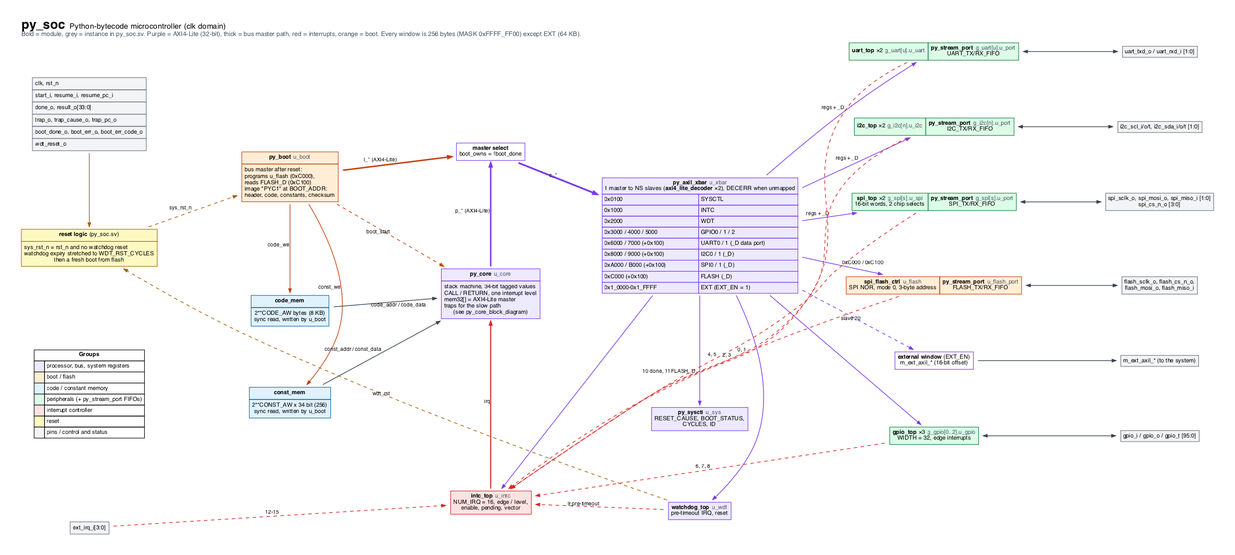
The Graphviz diagram ip/cpu/py_soc/docs/py_soc_block_diagram.png in pbarcelona-ai/digital_ip, before a commit. Its source is kept beside it as ip/cpu/py_soc/docs/py_soc_block_diagram.dot.
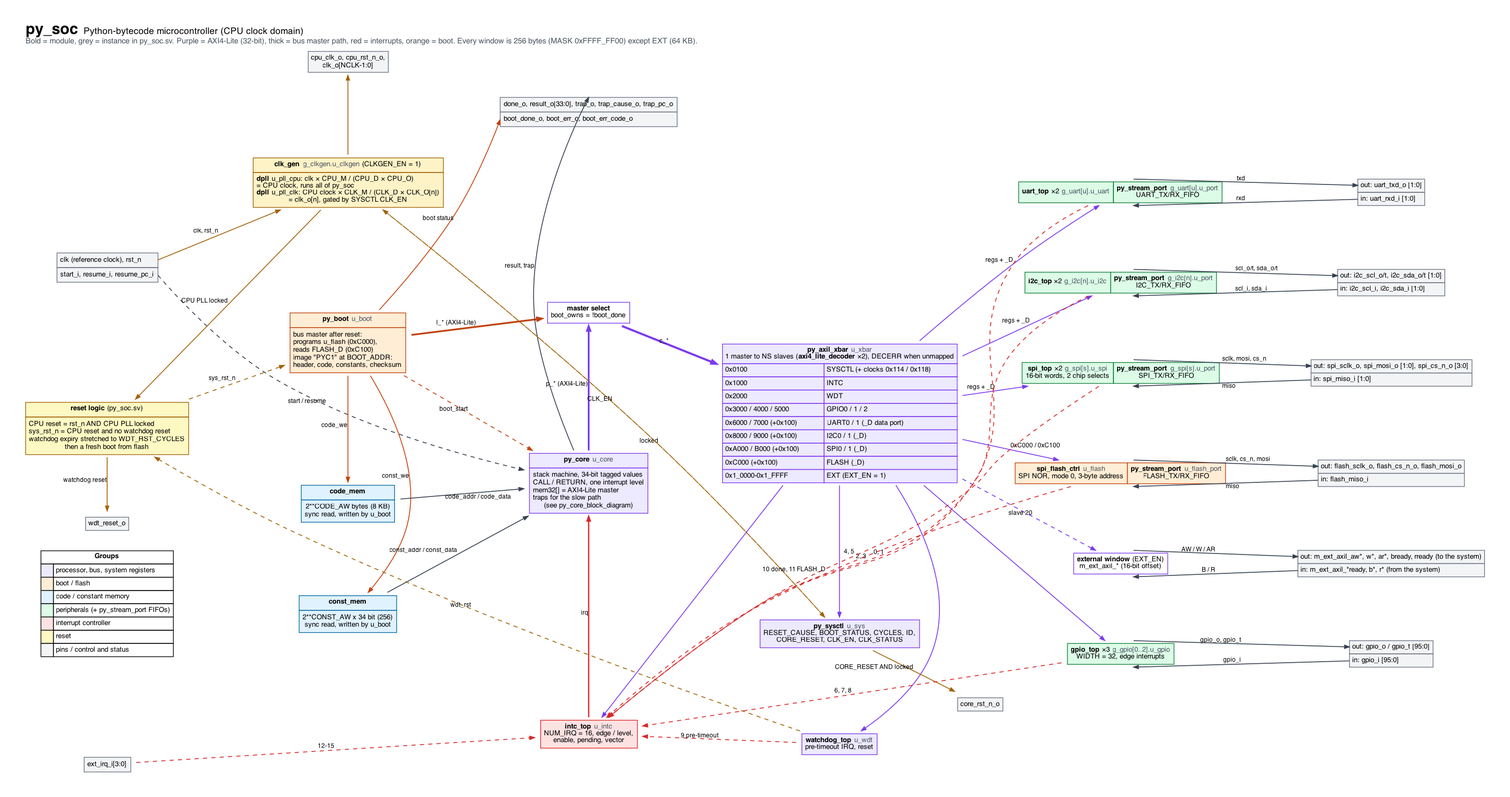
The same file after the commit.

Diff of the diagram source:
```diff
@@ -1,20 +1,25 @@
 digraph py_soc {
   layout=neato;
   graph [splines=true, overlap=false, sep="+14", esep="+8", bgcolor="white", pad=0.4, fontname="Helvetica", labelloc=t, labeljust=l,
-         label=<<FONT POINT-SIZE="22"><B>py_soc</B></FONT><FONT POINT-SIZE="13">  Python-bytecode microcontroller (clk domain)</FONT><BR ALIGN="LEFT"/><FONT POINT-SIZE="11" COLOR="#4b5563">Bold = module, grey = instance in py_soc.sv. Purple = AXI4-Lite (32-bit), thick = bus master path, red = interrupts, orange = boot. Every window is 256 bytes (MASK 0xFFFF_FF00) except EXT (64 KB).</FONT><BR ALIGN="LEFT"/>>];
+         label=<<FONT POINT-SIZE="22"><B>py_soc</B></FONT><FONT POINT-SIZE="13">  Python-bytecode microcontroller (CPU clock domain)</FONT><BR ALIGN="LEFT"/><FONT POINT-SIZE="11" COLOR="#4b5563">Bold = module, grey = instance in py_soc.sv. Purple = AXI4-Lite (32-bit), thick = bus master path, red = interrupts, orange = boot. Every window is 256 bytes (MASK 0xFFFF_FF00) except EXT (64 KB).</FONT><BR ALIGN="LEFT"/>>];
   node [shape=plaintext, fontname="Helvetica", fontsize=10];
   edge [color="#374151", arrowsize=0.7, penwidth=1.2, fontname="Helvetica", fontsize=9];
   ctl [label=<<TABLE BORDER="0" CELLBORDER="1" CELLSPACING="0" CELLPADDING="4" BGCOLOR="#f3f4f6" COLOR="#6b7280">
-      <TR><TD ALIGN="LEFT">clk, rst_n</TD></TR>
-      <TR><TD ALIGN="LEFT">start_i, resume_i, resume_pc_i</TD></TR>
-      <TR><TD ALIGN="LEFT">done_o, result_o[33:0]</TD></TR>
-      <TR><TD ALIGN="LEFT">trap_o, trap_cause_o, trap_pc_o</TD></TR>
-      <TR><TD ALIGN="LEFT">boot_done_o, boot_err_o, boot_err_code_o</TD></TR>
-      <TR><TD ALIGN="LEFT">wdt_reset_o</TD></TR></TABLE>>, pos="0,11.5!"];
+      <TR><TD PORT="clk" ALIGN="LEFT">clk (reference clock), rst_n</TD></TR>
+      <TR><TD PORT="run" ALIGN="LEFT">start_i, resume_i, resume_pc_i</TD></TR></TABLE>>, pos="0,11.5!"];
+  ctl_out [label=<<TABLE BORDER="0" CELLBORDER="1" CELLSPACING="0" CELLPADDING="4" BGCOLOR="#f3f4f6" COLOR="#6b7280">
+      <TR><TD PORT="core" ALIGN="LEFT">done_o, result_o[33:0], trap_o, trap_cause_o, trap_pc_o</TD></TR>
+      <TR><TD PORT="boot" ALIGN="LEFT">boot_done_o, boot_err_o, boot_err_code_o</TD></TR></TABLE>>, pos="9.6,14.6!"];
+  cgen [label=<<TABLE BORDER="0" CELLBORDER="1" CELLSPACING="0" CELLPADDING="4" BGCOLOR="#fef3c7" COLOR="#a16207">
+    <TR><TD><B>clk_gen</B> <FONT COLOR="#4b5563">g_clkgen.u_clkgen</FONT> (CLKGEN_EN = 1)</TD></TR>
+    <TR><TD ALIGN="LEFT"><B>dpll</B> u_pll_cpu: clk × CPU_M / (CPU_D × CPU_O)<BR ALIGN="LEFT"/>= CPU clock, runs all of py_soc<BR ALIGN="LEFT"/><B>dpll</B> u_pll_clk: CPU clock × CLK_M / (CLK_D × CLK_O[n])<BR ALIGN="LEFT"/>= clk_o[n], gated by SYSCTL CLK_EN</TD></TR></TABLE>>, pos="4.8,13.2!"];
+  p_clk [label=<<TABLE BORDER="0" CELLBORDER="1" CELLSPACING="0" CELLPADDING="3" BGCOLOR="#f3f4f6" COLOR="#6b7280"><TR><TD>cpu_clk_o, cpu_rst_n_o,<BR/>clk_o[NCLK-1:0]</TD></TR></TABLE>>, pos="4.8,15.6!"];
+  p_rst [label=<<TABLE BORDER="0" CELLBORDER="1" CELLSPACING="0" CELLPADDING="3" BGCOLOR="#f3f4f6" COLOR="#6b7280"><TR><TD>wdt_reset_o</TD></TR></TABLE>>, pos="0,6.4!"];
+  p_core [label=<<TABLE BORDER="0" CELLBORDER="1" CELLSPACING="0" CELLPADDING="3" BGCOLOR="#f3f4f6" COLOR="#6b7280"><TR><TD>core_rst_n_o</TD></TR></TABLE>>, pos="17.4,2.8!"];
   extirq [label=<<TABLE BORDER="0" CELLBORDER="1" CELLSPACING="0" CELLPADDING="4" BGCOLOR="#f3f4f6" COLOR="#6b7280"><TR><TD>ext_irq_i[3:0]</TD></TR></TABLE>>, pos="0,1.6!"];
   rst [label=<<TABLE BORDER="0" CELLBORDER="1" CELLSPACING="0" CELLPADDING="4" BGCOLOR="#fef9c3" COLOR="#a16207">
     <TR><TD><B>reset logic</B> (py_soc.sv)</TD></TR>
-    <TR><TD ALIGN="LEFT">sys_rst_n = rst_n and no watchdog reset<BR ALIGN="LEFT"/>watchdog expiry stretched to WDT_RST_CYCLES<BR ALIGN="LEFT"/>then a fresh boot from flash</TD></TR></TABLE>>, pos="0,8.3!"];
+    <TR><TD ALIGN="LEFT">CPU reset = rst_n AND CPU PLL locked<BR ALIGN="LEFT"/>sys_rst_n = CPU reset and no watchdog reset<BR ALIGN="LEFT"/>watchdog expiry stretched to WDT_RST_CYCLES<BR ALIGN="LEFT"/>then a fresh boot from flash</TD></TR></TABLE>>, pos="0,8.3!"];
   boot [label=<<TABLE BORDER="0" CELLBORDER="1" CELLSPACING="0" CELLPADDING="4" BGCOLOR="#ffedd5" COLOR="#c2410c">
       <TR><TD><B>py_boot</B> <FONT COLOR="#4b5563">u_boot</FONT></TD></TR>
       <TR><TD ALIGN="LEFT">bus master after reset:<BR ALIGN="LEFT"/>programs u_flash (0xC000),<BR ALIGN="LEFT"/>reads FLASH_D (0xC100)<BR ALIGN="LEFT"/>image "PYC1" at BOOT_ADDR:<BR ALIGN="LEFT"/>header, code, constants, checksum</TD></TR></TABLE>>, pos="4.8,10!"];
@@ -28,7 +33,7 @@
       <TR><TD><B>const_mem</B></TD></TR><TR><TD>2**CONST_AW x 34 bit (256)<BR/>sync read, written by u_boot</TD></TR></TABLE>>, pos="4.8,4.6!"];
   xbar [label=<<TABLE BORDER="0" CELLBORDER="1" CELLSPACING="0" CELLPADDING="3" BGCOLOR="#ede9fe" COLOR="#7c3aed">
     <TR><TD COLSPAN="2"><B>py_axil_xbar</B> <FONT COLOR="#4b5563">u_xbar</FONT><BR/>1 master to NS slaves (<B>axi4_lite_decoder</B> ×2), DECERR when unmapped</TD></TR>
-    <TR><TD ALIGN="LEFT">0x0100</TD><TD ALIGN="LEFT">SYSCTL</TD></TR>
+    <TR><TD ALIGN="LEFT">0x0100</TD><TD ALIGN="LEFT">SYSCTL (+ clocks 0x114 / 0x118)</TD></TR>
     <TR><TD ALIGN="LEFT">0x1000</TD><TD ALIGN="LEFT">INTC</TD></TR>
     <TR><TD ALIGN="LEFT">0x2000</TD><TD ALIGN="LEFT">WDT</TD></TR>
     <TR><TD ALIGN="LEFT">0x3000 / 4000 / 5000</TD><TD ALIGN="LEFT">GPIO0 / 1 / 2</TD></TR>
@@ -37,7 +42,7 @@
     <TR><TD ALIGN="LEFT">0xA000 / B000 (+0x100)</TD><TD ALIGN="LEFT">SPI0 / 1 (_D)</TD></TR>
     <TR><TD ALIGN="LEFT">0xC000 (+0x100)</TD><TD ALIGN="LEFT">FLASH (_D)</TD></TR>
     <TR><TD ALIGN="LEFT">0x1_0000-0x1_FFFF</TD><TD ALIGN="LEFT">EXT (EXT_EN = 1)</TD></TR></TABLE>>, pos="14.6,8.6!"];
-  sys [label=<<TABLE BORDER="0" CELLBORDER="1" CELLSPACING="0" CELLPADDING="4" BGCOLOR="#ede9fe" COLOR="#7c3aed"><TR><TD><B>py_sysctl</B> <FONT COLOR="#4b5563">u_sys</FONT><BR/>RESET_CAUSE, BOOT_STATUS,<BR/>CYCLES, ID</TD></TR></TABLE>>, pos="14.6,4.2!"];
+  sys [label=<<TABLE BORDER="0" CELLBORDER="1" CELLSPACING="0" CELLPADDING="4" BGCOLOR="#ede9fe" COLOR="#7c3aed"><TR><TD><B>py_sysctl</B> <FONT COLOR="#4b5563">u_sys</FONT><BR/>RESET_CAUSE, BOOT_STATUS, CYCLES, ID,<BR/>CORE_RESET, CLK_EN, CLK_STATUS</TD></TR></TABLE>>, pos="14.6,4.2!"];
   intc [label=<<TABLE BORDER="0" CELLBORDER="1" CELLSPACING="0" CELLPADDING="4" BGCOLOR="#fee2e2" COLOR="#dc2626"><TR><TD><B>intc_top</B> <FONT COLOR="#4b5563">u_intc</FONT><BR/>NUM_IRQ = 16, edge / level,<BR/>enable, pending, vector</TD></TR></TABLE>>, pos="9.6,2.2!"];
   wdt [label=<<TABLE BORDER="0" CELLBORDER="1" CELLSPACING="0" CELLPADDING="4" BGCOLOR="#ede9fe" COLOR="#7c3aed"><TR><TD><B>watchdog_top</B> <FONT COLOR="#4b5563">u_wdt</FONT><BR/>pre-timeout IRQ, reset</TD></TR></TABLE>>, pos="14.6,2.0!"];
   gpio [label=<<TABLE BORDER="0" CELLBORDER="1" CELLSPACING="0" CELLPADDING="4" BGCOLOR="#dcfce7" COLOR="#15803d"><TR><TD><B>gpio_top</B> ×3 <FONT COLOR="#4b5563">g_gpio[0..2].u_gpio</FONT><BR/>WIDTH = 32, edge interrupts</TD></TR></TABLE>>, pos="20.2,3.8!"];
@@ -50,14 +55,23 @@
   flash [label=<<TABLE BORDER="0" CELLBORDER="1" CELLSPACING="0" CELLPADDING="4" BGCOLOR="#ffedd5" COLOR="#c2410c">
       <TR><TD><B>spi_flash_ctrl</B> <FONT COLOR="#4b5563">u_flash</FONT><BR/>SPI NOR, mode 0, 3-byte address</TD><TD><B>py_stream_port</B> <FONT COLOR="#4b5563">u_flash_port</FONT><BR/>FLASH_TX/RX_FIFO</TD></TR></TABLE>>, pos="20.2,7.4!"];
   ext [label=<<TABLE BORDER="0" CELLBORDER="1" CELLSPACING="0" CELLPADDING="4" BGCOLOR="#ffffff" COLOR="#7c3aed" STYLE="dashed"><TR><TD><B>external window</B> (EXT_EN)<BR/>m_ext_axil_* (16-bit offset)</TD></TR></TABLE>>, pos="20.2,5.6!"];
-  p_gpio [label=<<TABLE BORDER="0" CELLBORDER="1" CELLSPACING="0" CELLPADDING="3" BGCOLOR="#f3f4f6" COLOR="#6b7280"><TR><TD>gpio_i / gpio_o / gpio_t [95:0]</TD></TR></TABLE>>, pos="25.6,3.8!"];
-  p_uart [label=<<TABLE BORDER="0" CELLBORDER="1" CELLSPACING="0" CELLPADDING="3" BGCOLOR="#f3f4f6" COLOR="#6b7280"><TR><TD>uart_txd_o / uart_rxd_i [1:0]</TD></TR></TABLE>>, pos="25.6,13!"];
-  p_i2c [label=<<TABLE BORDER="0" CELLBORDER="1" CELLSPACING="0" CELLPADDING="3" BGCOLOR="#f3f4f6" COLOR="#6b7280"><TR><TD>i2c_scl_i/o/t, i2c_sda_i/o/t [1:0]</TD></TR></TABLE>>, pos="25.6,11.2!"];
-  p_spi [label=<<TABLE BORDER="0" CELLBORDER="1" CELLSPACING="0" CELLPADDING="3" BGCOLOR="#f3f4f6" COLOR="#6b7280"><TR><TD>spi_sclk_o, spi_mosi_o, spi_miso_i [1:0]<BR/>spi_cs_n_o [3:0]</TD></TR></TABLE>>, pos="25.6,9.4!"];
-  p_flash [label=<<TABLE BORDER="0" CELLBORDER="1" CELLSPACING="0" CELLPADDING="3" BGCOLOR="#f3f4f6" COLOR="#6b7280"><TR><TD>flash_sclk_o, flash_cs_n_o,<BR/>flash_mosi_o, flash_miso_i</TD></TR></TABLE>>, pos="25.6,7.4!"];
-  p_ext [label=<<TABLE BORDER="0" CELLBORDER="1" CELLSPACING="0" CELLPADDING="3" BGCOLOR="#f3f4f6" COLOR="#6b7280"><TR><TD>m_ext_axil_* (to the system)</TD></TR></TABLE>>, pos="25.6,5.6!"];
+  p_gpio [label=<<TABLE BORDER="0" CELLBORDER="1" CELLSPACING="0" CELLPADDING="3" BGCOLOR="#f3f4f6" COLOR="#6b7280"><TR><TD PORT="o" ALIGN="LEFT">out: gpio_o / gpio_t [95:0]</TD></TR><TR><TD PORT="i" ALIGN="LEFT">in: gpio_i [95:0]</TD></TR></TABLE>>, pos="25.6,3.8!"];
+  p_uart [label=<<TABLE BORDER="0" CELLBORDER="1" CELLSPACING="0" CELLPADDING="3" BGCOLOR="#f3f4f6" COLOR="#6b7280"><TR><TD PORT="o" ALIGN="LEFT">out: uart_txd_o [1:0]</TD></TR><TR><TD PORT="i" ALIGN="LEFT">in: uart_rxd_i [1:0]</TD></TR></TABLE>>, pos="25.6,13!"];
+  p_i2c [label=<<TABLE BORDER="0" CELLBORDER="1" CELLSPACING="0" CELLPADDING="3" BGCOLOR="#f3f4f6" COLOR="#6b7280"><TR><TD PORT="o" ALIGN="LEFT">out: i2c_scl_o/t, i2c_sda_o/t [1:0]</TD></TR><TR><TD PORT="i" ALIGN="LEFT">in: i2c_scl_i, i2c_sda_i [1:0]</TD></TR></TABLE>>, pos="25.6,11.2!"];
+  p_spi [label=<<TABLE BORDER="0" CELLBORDER="1" CELLSPACING="0" CELLPADDING="3" BGCOLOR="#f3f4f6" COLOR="#6b7280"><TR><TD PORT="o" ALIGN="LEFT">out: spi_sclk_o, spi_mosi_o [1:0], spi_cs_n_o [3:0]</TD></TR><TR><TD PORT="i" ALIGN="LEFT">in: spi_miso_i [1:0]</TD></TR></TABLE>>, pos="25.6,9.4!"];
+  p_flash [label=<<TABLE BORDER="0" CELLBORDER="1" CELLSPACING="0" CELLPADDING="3" BGCOLOR="#f3f4f6" COLOR="#6b7280"><TR><TD PORT="o" ALIGN="LEFT">out: flash_sclk_o, flash_cs_n_o, flash_mosi_o</TD></TR><TR><TD PORT="i" ALIGN="LEFT">in: flash_miso_i</TD></TR></TABLE>>, pos="25.6,7.4!"];
+  p_ext [label=<<TABLE BORDER="0" CELLBORDER="1" CELLSPACING="0" CELLPADDING="3" BGCOLOR="#f3f4f6" COLOR="#6b7280"><TR><TD PORT="o" ALIGN="LEFT">out: m_ext_axil_aw*, w*, ar*, bready, rready (to the system)</TD></TR><TR><TD PORT="i" ALIGN="LEFT">in: m_ext_axil_*ready, b*, r* (from the system)</TD></TR></TABLE>>, pos="25.6,5.6!"];
   legend [label=<<TABLE BORDER="0" CELLBORDER="1" CELLSPACING="0" CELLPADDING="3"><TR><TD COLSPAN="2"><B>Groups</B></TD></TR><TR><TD BGCOLOR="#ede9fe" WIDTH="18"> </TD><TD ALIGN="LEFT">processor, bus, system registers</TD></TR><TR><TD BGCOLOR="#ffedd5"> </TD><TD ALIGN="LEFT">boot / flash</TD></TR><TR><TD BGCOLOR="#e0f2fe"> </TD><TD ALIGN="LEFT">code / constant memory</TD></TR><TR><TD BGCOLOR="#dcfce7"> </TD><TD ALIGN="LEFT">peripherals (+ py_stream_port FIFOs)</TD></TR><TR><TD BGCOLOR="#fee2e2"> </TD><TD ALIGN="LEFT">interrupt controller</TD></TR><TR><TD BGCOLOR="#fef9c3"> </TD><TD ALIGN="LEFT">reset</TD></TR><TR><TD BGCOLOR="#f3f4f6"> </TD><TD ALIGN="LEFT">pins / control and status</TD></TR></TABLE>>, pos="0,4.8!"];
-  ctl -> rst [color="#a16207"];
+  ctl:clk -> cgen [color="#a16207", label="clk, rst_n"];
+  cgen -> rst [color="#a16207", label="CPU PLL locked"];
+  cgen -> p_clk [color="#a16207"];
+  sys -> cgen [color="#a16207", style=dashed, label="CLK_EN"];
+  cgen -> sys [color="#a16207", style=dashed, label="locked"];
+  sys -> p_core [color="#a16207", label="CORE_RESET AND locked"];
+  ctl:run -> core [style=dashed, label="start / resume"];
+  core -> ctl_out:core [label="result, trap"];
+  boot -> ctl_out:boot [color="#c2410c", label="boot status"];
+  rst -> p_rst [color="#a16207", label="watchdog reset"];
   rst -> boot [color="#a16207", style=dashed, label="sys_rst_n"];
   boot -> code [color="#c2410c", label="code_we"];
   boot -> cpool [color="#c2410c", label="const_we"];
@@ -76,8 +90,12 @@
   xbar -> spi  [color="#7c3aed", label="regs + _D"];
   xbar -> flash [color="#7c3aed", label="0xC000 / 0xC100"];
   xbar -> ext  [color="#7c3aed", style=dashed, label="slave 20"];
-  gpio -> p_gpio [dir=both]; uart -> p_uart [dir=both]; i2c -> p_i2c [dir=both]; spi -> p_spi [dir=both];
-  flash -> p_flash [dir=both]; ext -> p_ext;
+  gpio:ne -> p_gpio:o:w [label="gpio_o, gpio_t"];  p_gpio:i:w -> gpio:se [label="gpio_i"];
+  uart:ne -> p_uart:o:w [label="txd"];  p_uart:i:w -> uart:se [label="rxd"];
+  i2c:ne -> p_i2c:o:w [label="scl_o/t, sda_o/t"];  p_i2c:i:w -> i2c:se [label="scl_i, sda_i"];
+  spi:ne -> p_spi:o:w [label="sclk, mosi, cs_n"];  p_spi:i:w -> spi:se [label="miso"];
+  flash:ne -> p_flash:o:w [label="sclk, cs_n, mosi"];  p_flash:i:w -> flash:se [label="miso"];
+  ext:ne -> p_ext:o:w [label="AW / W / AR"];  p_ext:i:w -> ext:se [label="B / R"];
   uart  -> intc [color="#dc2626", style=dashed, label="0, 1"];
   i2c   -> intc [color="#dc2626", style=dashed, label="2, 3"];
   spi   -> intc [color="#dc2626", style=dashed, label="4, 5"];
```
